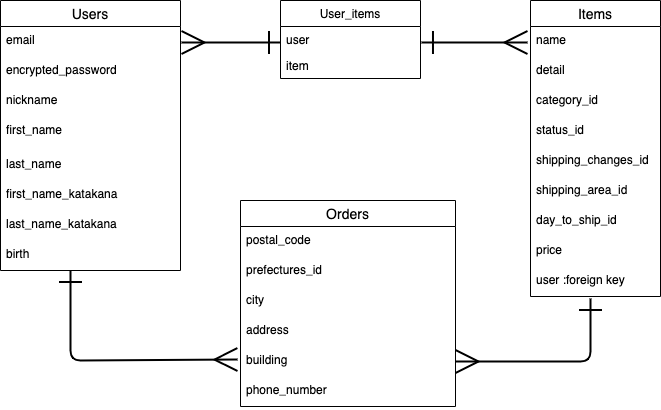
Before: ER.drawio.png, a diagram exported from draw.io (satoshi0takahashi/furima-32125). Source tidied: cells renumbered, new cells last; positions are measured from the earlier drawing's top-left corner, leaving out a move shared by most shapes.
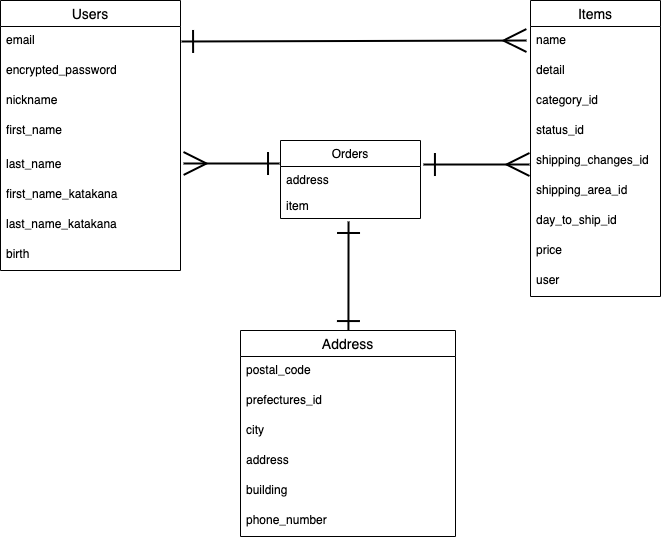
The same file after the commit.

Commit message:
データベース設計

Diff of the diagram source:
```diff
@@ -2,12 +2,10 @@
   <root>
     <mxCell id="0" />
     <mxCell id="1" parent="0" />
-    <mxCell id="2" style="endArrow=ERone;html=1;strokeWidth=2;startArrow=ERmany;startFill=0;endFill=0;targetPerimeterSpacing=0;endSize=20;startSize=20;entryX=0;entryY=0.615;entryDx=0;entryDy=0;entryPerimeter=0;" parent="1" edge="1" target="25">
-      <mxGeometry relative="1" as="geometry">
-        <mxPoint x="181" y="42" as="sourcePoint" />
-      </mxGeometry>
+    <mxCell id="2" style="endArrow=ERone;html=1;strokeWidth=2;startArrow=ERmany;startFill=0;endFill=0;targetPerimeterSpacing=0;endSize=20;startSize=20;entryX=-0.007;entryY=-0.115;entryDx=0;entryDy=0;entryPerimeter=0;exitX=1.017;exitY=0.433;exitDx=0;exitDy=0;exitPerimeter=0;" parent="1" edge="1" source="9" target="25">
+      <mxGeometry relative="1" as="geometry" />
     </mxCell>
-    <mxCell id="3" style="endArrow=ERone;html=1;strokeWidth=2;entryX=1.007;entryY=0.615;entryDx=0;entryDy=0;entryPerimeter=0;startArrow=ERmany;startFill=0;endFill=0;endSize=20;startSize=20;exitX=-0.023;exitY=0.533;exitDx=0;exitDy=0;exitPerimeter=0;" parent="1" edge="1" source="14" target="25">
+    <mxCell id="3" style="endArrow=ERone;html=1;strokeWidth=2;entryX=1.021;entryY=0.308;entryDx=0;entryDy=0;entryPerimeter=0;startArrow=ERmany;startFill=0;endFill=0;endSize=20;startSize=20;exitX=-0.008;exitY=0.6;exitDx=0;exitDy=0;exitPerimeter=0;" parent="1" edge="1" source="18" target="24">
       <mxGeometry relative="1" as="geometry" />
     </mxCell>
     <mxCell id="4" value="Users" style="swimlane;fontStyle=0;horizontal=1;startSize=26;align=center;fontSize=14;swimlaneFillColor=none;noLabel=0;labelPadding=0;verticalAlign=middle;" parent="1" vertex="1">
@@ -64,28 +62,14 @@
     <mxCell id="21" value="price" style="text;strokeColor=none;fillColor=none;spacingLeft=4;spacingRight=4;overflow=hidden;fontSize=12;labelBackgroundColor=none;" parent="13" vertex="1">
       <mxGeometry y="236" width="130" height="30" as="geometry" />
     </mxCell>
-    <mxCell id="22" value="user :foreign key" style="text;strokeColor=none;fillColor=none;spacingLeft=4;spacingRight=4;overflow=hidden;fontSize=12;labelBackgroundColor=none;" parent="13" vertex="1">
+    <mxCell id="22" value="user" style="text;strokeColor=none;fillColor=none;spacingLeft=4;spacingRight=4;overflow=hidden;fontSize=12;labelBackgroundColor=none;" parent="13" vertex="1">
       <mxGeometry y="266" width="130" height="30" as="geometry" />
     </mxCell>
-    <mxCell id="23" style="endArrow=ERone;html=1;strokeWidth=2;startArrow=ERmany;startFill=0;endFill=0;endSize=20;startSize=20;" parent="1" edge="1" source="32">
-      <mxGeometry relative="1" as="geometry">
-        <mxPoint x="590" y="298" as="targetPoint" />
-        <Array as="points">
-          <mxPoint x="590" y="361" />
-        </Array>
-      </mxGeometry>
+    <mxCell id="23" style="endArrow=ERone;html=1;strokeWidth=2;startArrow=ERone;startFill=0;endFill=0;endSize=20;startSize=20;exitX=0.502;exitY=0.01;exitDx=0;exitDy=0;exitPerimeter=0;entryX=0.486;entryY=1.115;entryDx=0;entryDy=0;entryPerimeter=0;" parent="1" edge="1" source="27" target="26">
+      <mxGeometry relative="1" as="geometry" />
     </mxCell>
-    <mxCell id="24" value="User_items" style="swimlane;fontStyle=0;horizontal=1;startSize=26;fillColor=none;labelBackgroundColor=none;" parent="1" vertex="1">
-      <mxGeometry x="280" width="140" height="78" as="geometry" />
-    </mxCell>
-    <mxCell id="25" value="user" style="text;strokeColor=none;fillColor=none;align=left;verticalAlign=top;spacingLeft=4;spacingRight=4;overflow=hidden;points=[[0,0.5],[1,0.5]];portConstraint=eastwest;" parent="24" vertex="1">
-      <mxGeometry y="26" width="140" height="26" as="geometry" />
-    </mxCell>
-    <mxCell id="26" value="item" style="text;strokeColor=none;fillColor=none;align=left;verticalAlign=top;spacingLeft=4;spacingRight=4;overflow=hidden;points=[[0,0.5],[1,0.5]];portConstraint=eastwest;" parent="24" vertex="1">
-      <mxGeometry y="52" width="140" height="26" as="geometry" />
-    </mxCell>
-    <mxCell id="27" value="Orders" style="swimlane;fontStyle=0;horizontal=1;startSize=26;align=center;fontSize=14;" parent="1" vertex="1">
-      <mxGeometry x="240" y="200" width="215" height="206" as="geometry" />
+    <mxCell id="27" value="Address" style="swimlane;fontStyle=0;horizontal=1;startSize=26;align=center;fontSize=14;" parent="1" vertex="1">
+      <mxGeometry x="240" y="330" width="215" height="206" as="geometry" />
     </mxCell>
     <mxCell id="28" value="postal_code" style="text;strokeColor=none;fillColor=none;spacingLeft=4;spacingRight=4;overflow=hidden;fontSize=12;labelBackgroundColor=none;" parent="27" vertex="1">
       <mxGeometry y="26" width="215" height="30" as="geometry" />
@@ -105,14 +89,17 @@
     <mxCell id="33" value="phone_number" style="text;strokeColor=none;fillColor=none;spacingLeft=4;spacingRight=4;overflow=hidden;fontSize=12;labelBackgroundColor=none;" parent="27" vertex="1">
       <mxGeometry y="176" width="215" height="30" as="geometry" />
     </mxCell>
-    <mxCell id="34" style="endArrow=ERmany;html=1;strokeWidth=2;startArrow=ERone;startFill=0;endFill=0;endSize=20;startSize=20;entryX=-0.014;entryY=0.433;entryDx=0;entryDy=0;entryPerimeter=0;" parent="1" edge="1" target="32">
-      <mxGeometry relative="1" as="geometry">
-        <mxPoint x="70" y="270" as="sourcePoint" />
-        <Array as="points">
-          <mxPoint x="70" y="316" />
-          <mxPoint x="70" y="360" />
-        </Array>
-      </mxGeometry>
-    </mxCell>
+    <mxCell id="24" value="Orders" style="swimlane;fontStyle=0;horizontal=1;startSize=26;fillColor=none;labelBackgroundColor=none;" parent="1" vertex="1">
+      <mxGeometry x="280" y="140" width="140" height="78" as="geometry" />
+    </mxCell>
+    <mxCell id="25" value="address" style="text;strokeColor=none;fillColor=none;align=left;verticalAlign=top;spacingLeft=4;spacingRight=4;overflow=hidden;points=[[0,0.5],[1,0.5]];portConstraint=eastwest;" parent="24" vertex="1">
+      <mxGeometry y="26" width="140" height="26" as="geometry" />
+    </mxCell>
+    <mxCell id="26" value="item" style="text;strokeColor=none;fillColor=none;align=left;verticalAlign=top;spacingLeft=4;spacingRight=4;overflow=hidden;points=[[0,0.5],[1,0.5]];portConstraint=eastwest;" parent="24" vertex="1">
+      <mxGeometry y="52" width="140" height="26" as="geometry" />
+    </mxCell>
+    <mxCell id="35" style="endArrow=ERmany;html=1;strokeWidth=2;exitX=1.006;exitY=0.5;exitDx=0;exitDy=0;exitPerimeter=0;entryX=-0.031;entryY=0.467;entryDx=0;entryDy=0;entryPerimeter=0;startArrow=ERone;startFill=0;endFill=0;endSize=20;startSize=20;" parent="1" edge="1" source="5" target="14">
+      <mxGeometry relative="1" as="geometry" />
+    </mxCell>
   </root>
 </mxGraphModel>
```
